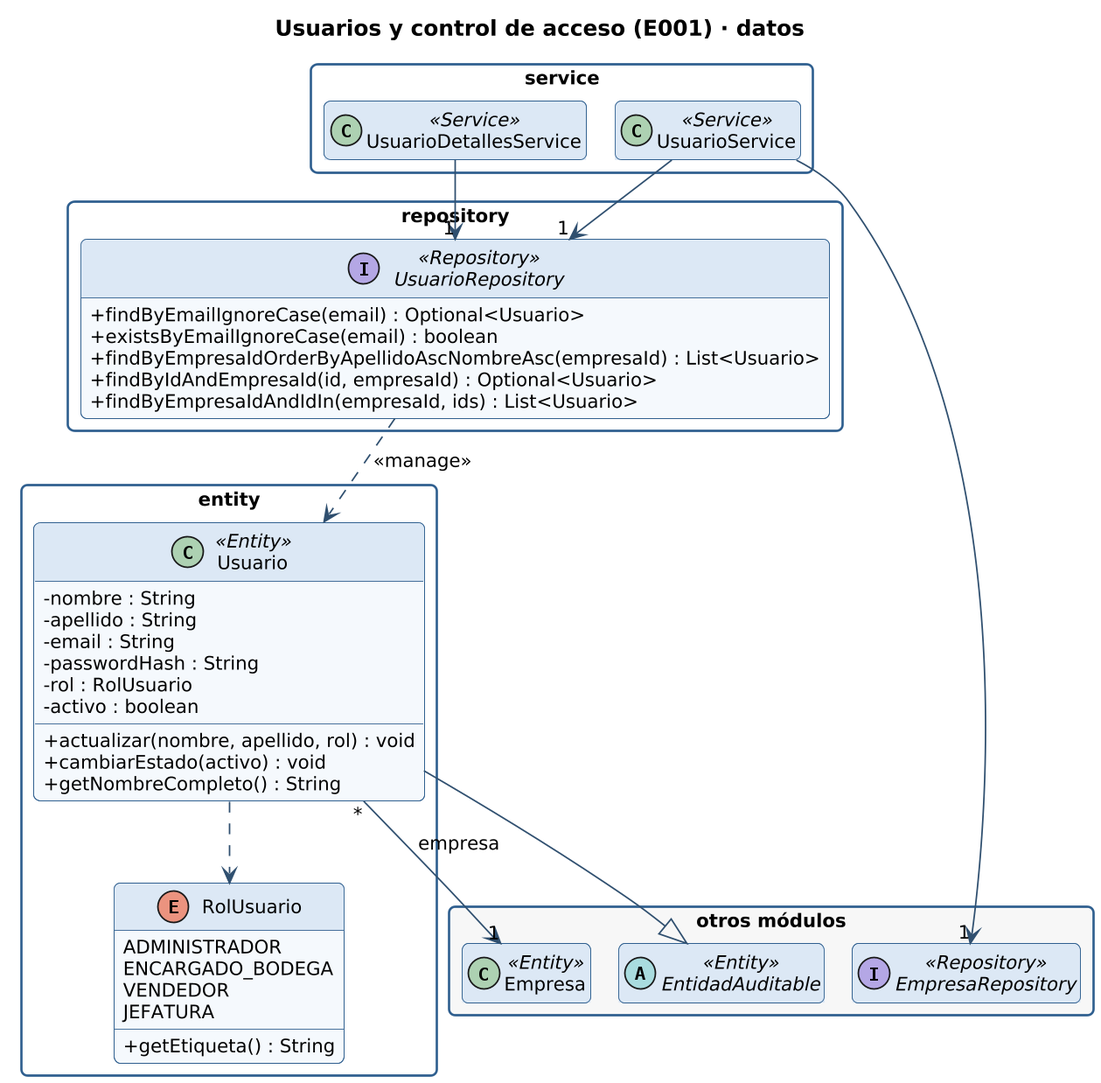
gonzaloarenasduoc/Mira keeps this PlantUML diagram as docs/diagramas/clases-usuarios-datos.png. Above is the earlier version. The source it was exported from:
```plantuml
@startuml clases-usuarios-datos
!include _estilo.iuml
hide empty members
skinparam classAttributeIconSize 0
skinparam packageStyle rectangle
skinparam nodesep 25
skinparam ranksep 45
title Usuarios y control de acceso (E001) · datos

package "service" {
  class UsuarioDetallesService <<Service>> {
  }
  class UsuarioService <<Service>> {
  }
}
package "repository" {
  interface UsuarioRepository <<Repository>> {
    + findByEmailIgnoreCase(email) : Optional<Usuario>
    + existsByEmailIgnoreCase(email) : boolean
    + findByEmpresaIdOrderByApellidoAscNombreAsc(empresaId) : List<Usuario>
    + findByIdAndEmpresaId(id, empresaId) : Optional<Usuario>
    + findByEmpresaIdAndIdIn(empresaId, ids) : List<Usuario>
  }
}
package "entity" {
  class Usuario <<Entity>> {
    - nombre : String
    - apellido : String
    - email : String
    - passwordHash : String
    - rol : RolUsuario
    - activo : boolean
    + actualizar(nombre, apellido, rol) : void
    + cambiarEstado(activo) : void
    + getNombreCompleto() : String
  }
  enum RolUsuario {
    ADMINISTRADOR
    ENCARGADO_BODEGA
    VENDEDOR
    JEFATURA
    + getEtiqueta() : String
  }
}
package "otros módulos" #F7F7F7 {
  class Empresa <<Entity>>
  interface EmpresaRepository <<Repository>>
  abstract class EntidadAuditable <<Entity>>
}
UsuarioRepository ..> Usuario : <<manage>>
UsuarioService --> "1" UsuarioRepository
UsuarioService --> "1" EmpresaRepository
UsuarioDetallesService --> "1" UsuarioRepository
Usuario --|> EntidadAuditable
Usuario "*" --> "1" Empresa : empresa
Usuario ..> RolUsuario
@enduml
```
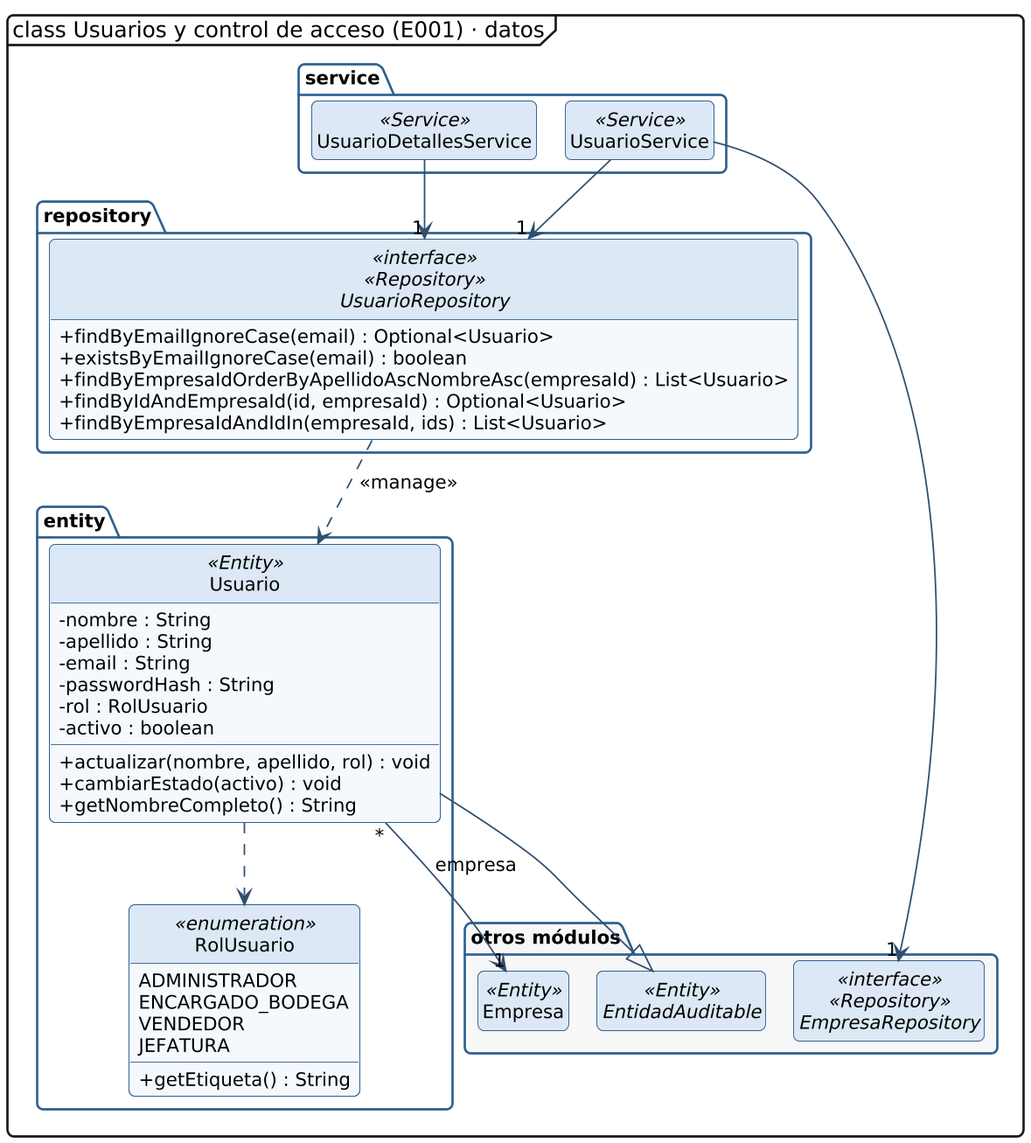
The same file after the commit.

What changed in the source:
```diff
@@ -1,11 +1,12 @@
 @startuml clases-usuarios-datos
 !include _estilo.iuml
 hide empty members
+hide circle
 skinparam classAttributeIconSize 0
-skinparam packageStyle rectangle
+skinparam packageStyle folder
 skinparam nodesep 25
 skinparam ranksep 45
-title Usuarios y control de acceso (E001) · datos
+mainframe class Usuarios y control de acceso (E001) · datos
 
 package "service" {
   class UsuarioDetallesService <<Service>> {
@@ -14,7 +15,7 @@
   }
 }
 package "repository" {
-  interface UsuarioRepository <<Repository>> {
+  interface UsuarioRepository <<interface>> <<Repository>> {
     + findByEmailIgnoreCase(email) : Optional<Usuario>
     + existsByEmailIgnoreCase(email) : boolean
     + findByEmpresaIdOrderByApellidoAscNombreAsc(empresaId) : List<Usuario>
@@ -34,7 +35,7 @@
     + cambiarEstado(activo) : void
     + getNombreCompleto() : String
   }
-  enum RolUsuario {
+  enum RolUsuario <<enumeration>> {
     ADMINISTRADOR
     ENCARGADO_BODEGA
     VENDEDOR
@@ -44,7 +45,7 @@
 }
 package "otros módulos" #F7F7F7 {
   class Empresa <<Entity>>
-  interface EmpresaRepository <<Repository>>
+  interface EmpresaRepository <<interface>> <<Repository>>
   abstract class EntidadAuditable <<Entity>>
 }
 UsuarioRepository ..> Usuario : <<manage>>
```
